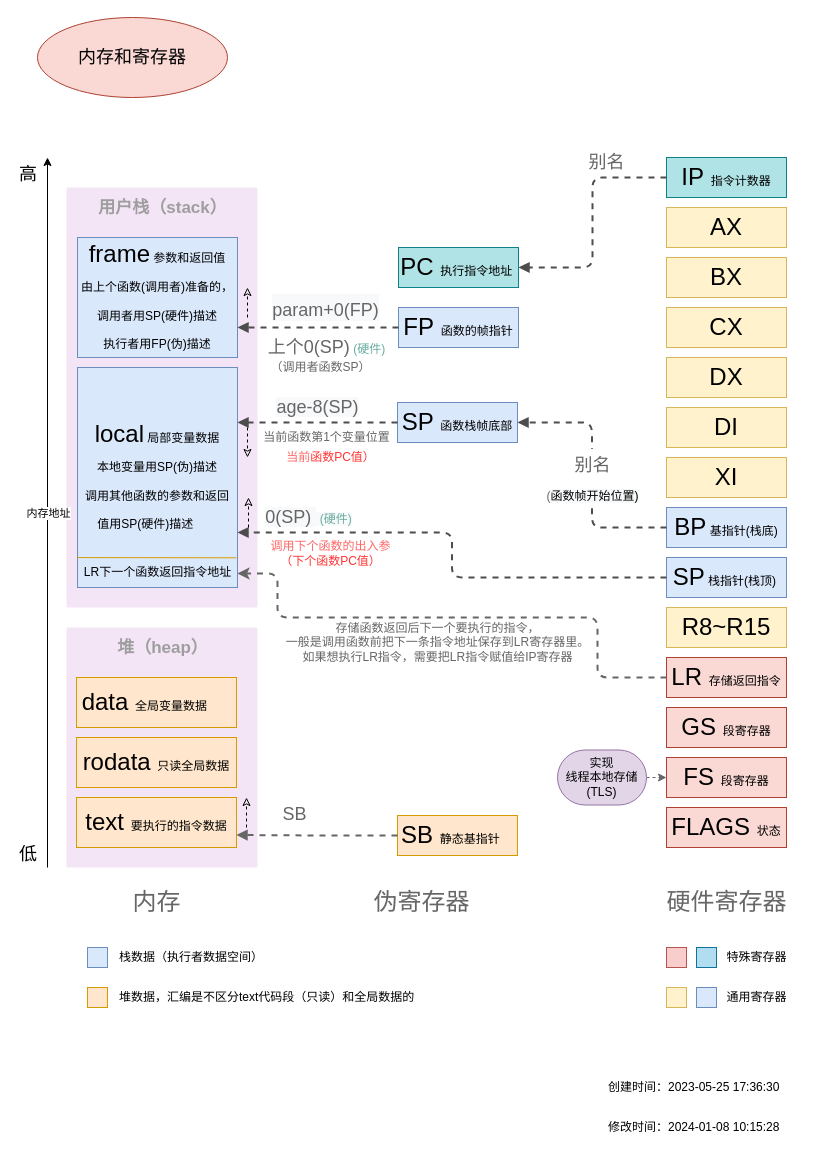
This is 运行原理图解源文件/5.Golang内存和寄存器.drawio from fire1220/annotation-go1.16.14, a draw.io file, before an edit. Source tidied: cells renumbered, new cells numbered last; positions are measured from the earlier drawing's top-left corner, leaving out a move shared by most shapes. Both pictures are drawn from the tidied source at 100%, with x=0, y=0 at pixel (37, 17).
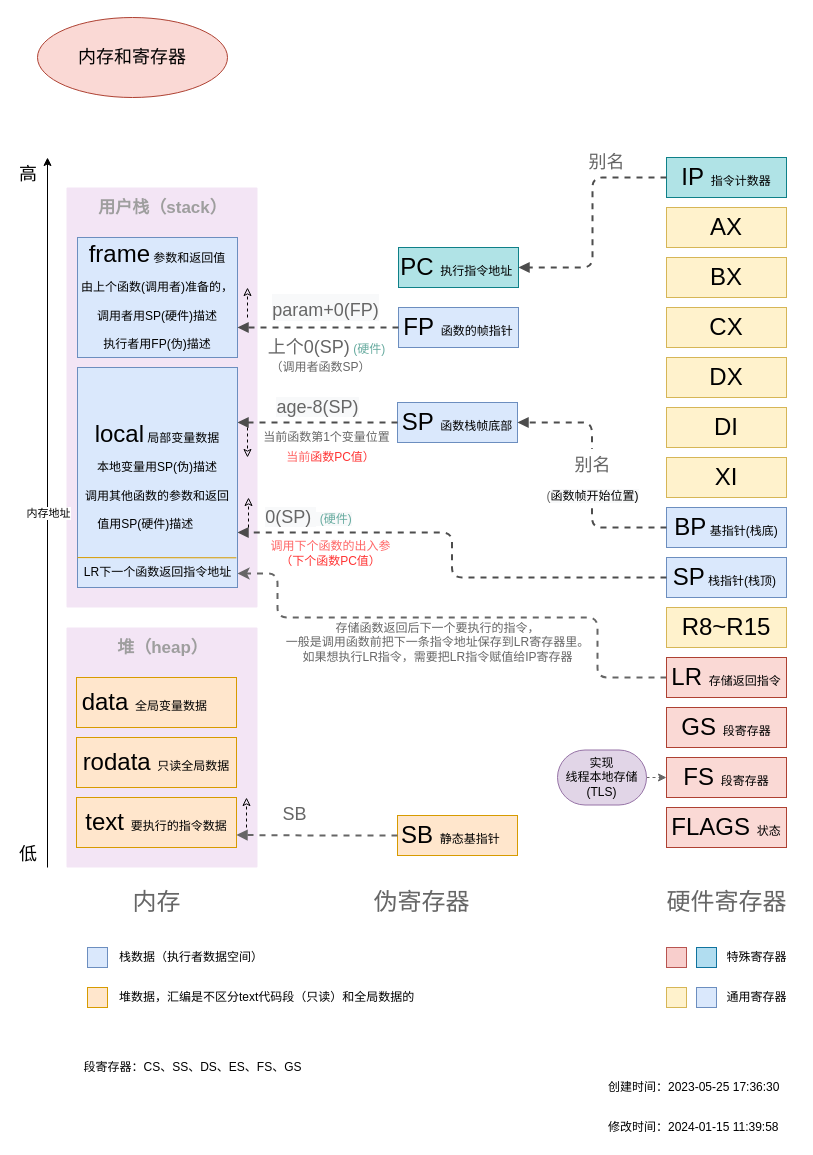
After the change.

What changed in the source:
```diff
@@
-    <mxCell id="49" value="修改时间：2024-01-08 10:15:28" style="text;html=1;align=left;verticalAlign=middle;strokeColor=none;" parent="1" vertex="1">
+    <mxCell id="49" value="修改时间：2024-01-15 11:39:58" style="text;html=1;align=left;verticalAlign=middle;strokeColor=none;" parent="1" vertex="1">
       <mxGeometry x="569" y="1100" width="190" height="20" as="geometry" />
     </mxCell>
@@
+    <mxCell id="70" value="段寄存器：CS、SS、DS、ES、FS、GS" style="text;html=1;align=center;verticalAlign=middle;strokeColor=none;" parent="1" vertex="1">
+      <mxGeometry x="40" y="1040" width="230" height="20" as="geometry" />
+    </mxCell>
```
